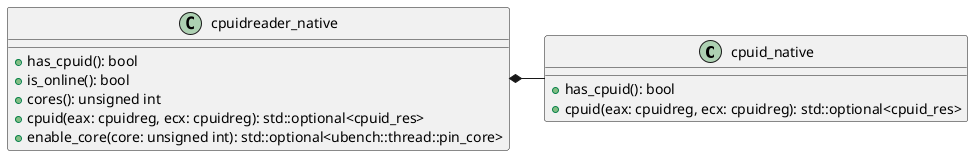
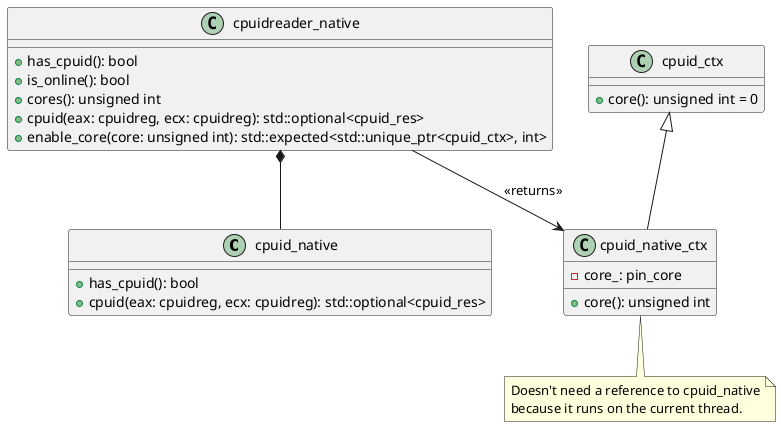
@startuml libcpuid_cpuid_native

class cpuid_native {
    +has_cpuid(): bool
    +cpuid(eax: cpuidreg, ecx: cpuidreg): std::optional<cpuid_res>
}

+ class cpuid_ctx {
+     +core(): unsigned int = 0
+ }
+ 
+ class cpuid_native_ctx {
+     +core(): unsigned int
+     -core_: pin_core
+ }
+ note bottom
+     Doesn't need a reference to cpuid_native
+     because it runs on the current thread.
+ end note
+ 
+ cpuid_ctx <|-d- cpuid_native_ctx
+ 
class cpuidreader_native {
    +has_cpuid(): bool
    +is_online(): bool
    +cores(): unsigned int
    +cpuid(eax: cpuidreg, ecx: cpuidreg): std::optional<cpuid_res>
-     +enable_core(core: unsigned int): std::optional<ubench::thread::pin_core>
+     +enable_core(core: unsigned int): std::expected<std::unique_ptr<cpuid_ctx>, int>
}

- cpuidreader_native *-r- cpuid_native
+ cpuidreader_native *-d- cpuid_native
+ cpuidreader_native -d-> cpuid_native_ctx : <<returns>>

@enduml

@startuml libcpuid_cpuid_dev
+ 
+ allowmixing

namespace detail {

    class cpuid_dev_file {
        +bool()
        +core(): unsigned int
        +error(): int
        +cpuid(): cpuid_dev&
        +close(): bool
        -fd_: int
        -core_: unsigned int
        -error_: int
        -cpuid_: cpuid_dev
    }

    class cpuid_dev_ctx {
        +bool()
        +core(): unsigned int
        +error(): int
        -cpuid_file_: shared_ptr<detail::cpuid_dev_file>
    }

}

class cpuid_dev {
    +has_cpuid(): bool
    +cpuid(eax: cpuidreg, ecx: cpuidreg): std::optional<cpuid_res>
}

class cpuidreader_dev {
    +has_cpuid(): bool
    +is_online(): bool
    +cores(): unsigned int
    +cpuid(eax: cpuidreg, ecx: cpuidreg): std::optional<cpuid_res>
-     +enable_core(core: unsigned int): std::optional<detail::cpuid_dev_ctx>
+     +enable_core(core: unsigned int): std::expected<std::unique_ptr<cpuid_ctx>, int>
    -default_: bool
    -cpuid_file_: shared_ptr<detail::cpuid_dev_file>
}

cpuid_dev_file *-d- cpuid_dev
cpuidreader_dev .d.> cpuid_dev_ctx : <<create>>
cpuidreader_dev *-d- cpuid_dev_file

cpuid_dev_file -r-o cpuid_dev_ctx

- class User
+ actor User

User *-d- cpuidreader_dev
User o--d- cpuid_dev_ctx : <<enable_core>>

@enduml
+ 
+ @startuml cpuid_basic_ctx
+ 
+ class cpuid_ctx {
+     +core(): unsigned int = 0
+ }
+ 
+ class cpuid_basic_ctx<T> {
+     +core(): unsigned int
+     +value(): T&
+     -value_: shared_ptr<T>
+ }
+ 
+ cpuid_ctx <|-d- cpuid_basic_ctx
+ 
+ class T {
+     +core(): unsigned int
+     -core_: unsigned int
+ }
+ note bottom
+     The class T can be arbitrary
+     complex. It exposes the current
+     core via the method core(), that
+     cpuid_basic_ctx can return it.
+ end note
+ 
+ cpuid_basic_ctx *-r- T
+ 
+ class cpuidreader_X {
+     +enable_core(core: unsigned int): std::optional<detail::cpuid_dev_ctx>
+     -ctx_: std::shared_ptr<T>
+ }
+ note bottom
+     Creates its own context T and assigns
+     it to `ctx_`. Passes the shraed pointer
+     to a new class derived from
+     cpuid_basic_ctx and returns that.
+ end note
+ 
+ cpuidreader_X -r-> cpuid_basic_ctx : enable_core()\n<<returns>>
+ 
+ @enduml
